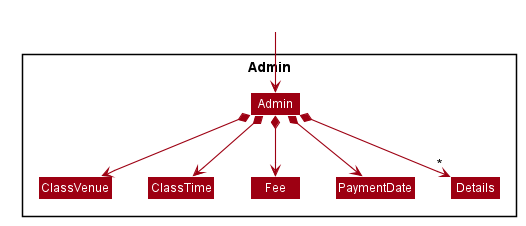
Above: docs/images/AdminClassDiagram.png in nus-cs2103-AY2021S1/tp (PlantUML), before the change. Its diagram source:
```plantuml
@startuml








skinparam BackgroundColor #FFFFFFF

skinparam Shadowing false

skinparam Class {
    FontColor #FFFFFF
    BorderThickness 1
    BorderColor #FFFFFF
    StereotypeFontColor #FFFFFF
    FontName Arial
}

skinparam Actor {
    BorderColor #000000
    Color #000000
    FontName Arial
}

skinparam Sequence {
    MessageAlign center
    BoxFontSize 15
    BoxPadding 0
    BoxFontColor #FFFFFF
    FontName Arial
}

skinparam Participant {
    FontColor #FFFFFFF
    Padding 20
}

skinparam MinClassWidth 50
skinparam ParticipantPadding 10
skinparam Shadowing false
skinparam DefaultTextAlignment center
skinparam packageStyle Rectangle

hide footbox
hide members
hide circle
skinparam arrowThickness 1.1
skinparam arrowColor #9D0012
skinparam classBackgroundColor #9D0012

Package Admin {
Class Admin
Class ClassVenue
Class ClassTime
Class Fee
Class PaymentDate
Class Details
}

Class HiddenOutside #FFFFFF
HiddenOutside --> Admin

Admin *--> ClassVenue
Admin *--> ClassTime
Admin *--> Fee
Admin *--> PaymentDate
Admin *--> "*" Details

@enduml
```
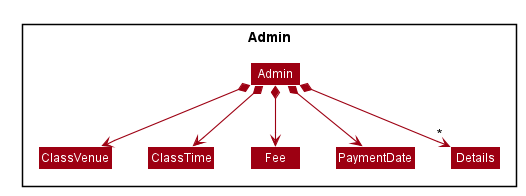
After the change.

Change to the diagram source:
```diff
@@ -60,9 +60,6 @@
 Class Details
 }
 
-Class HiddenOutside #FFFFFF
-HiddenOutside --> Admin
-
 Admin *--> ClassVenue
 Admin *--> ClassTime
 Admin *--> Fee
```
